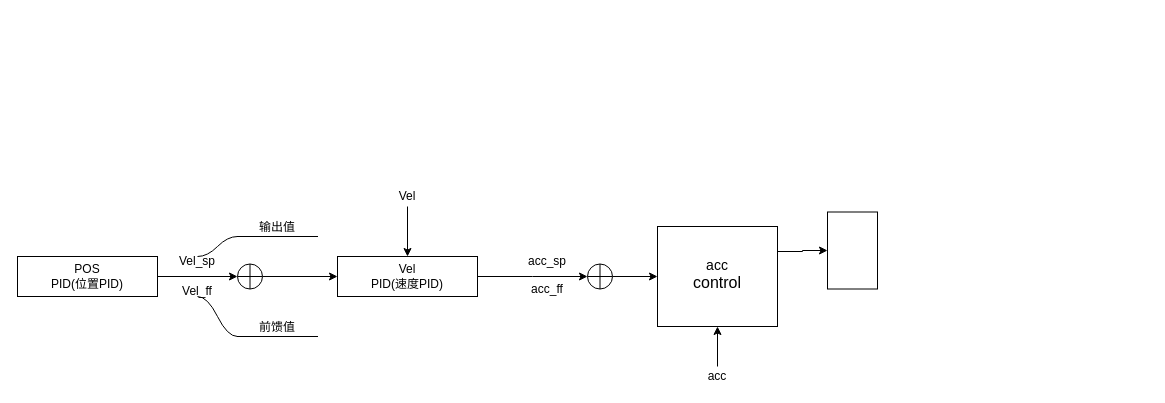
This is 1.drawio from mth-del/MATLAB, a draw.io file, before an edit. Source tidied: cells renumbered, new cells numbered last; positions are measured from the earlier drawing's top-left corner, leaving out a move shared by most shapes. Both pictures are drawn from the tidied source at 100%, with x=0, y=0 at pixel (17, 186).
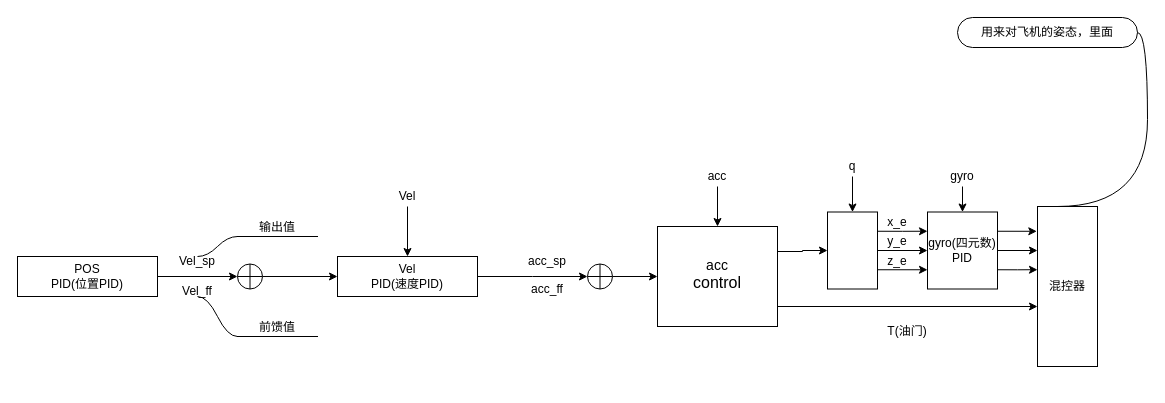
The same page after the edit.

The change refers to these unchanged cells:
```xml
<mxCell id="21" style="rounded=0;whiteSpace=wrap;html=1;" parent="1" vertex="1">
  <mxGeometry x="640" y="40" width="120" height="100" as="geometry" />
</mxCell>
<mxCell id="25" style="rounded=0;whiteSpace=wrap;html=1;" parent="1" vertex="1">
  <mxGeometry x="810" y="25.5" width="50" height="77" as="geometry" />
</mxCell>
```

What changed in the source:
```diff
@@
-    <mxCell id="23" style="edgeStyle=orthogonalEdgeStyle;rounded=0;jettySize=auto;html=1;exitX=0.5;exitY=0;exitDx=0;exitDy=0;entryX=0.5;entryY=1;entryDx=0;entryDy=0;" parent="1" edge="1" source="24" target="21">
+    <mxCell id="23" style="edgeStyle=orthogonalEdgeStyle;rounded=0;jettySize=auto;html=1;exitX=0.5;exitY=1;exitDx=0;exitDy=0;entryX=0.5;entryY=0;entryDx=0;entryDy=0;" parent="1" edge="1" source="24" target="21">
       <mxGeometry relative="1" as="geometry" />
     </mxCell>
     <mxCell id="24" value="acc" style="text;strokeColor=none;align=center;fillColor=none;html=1;verticalAlign=middle;whiteSpace=wrap;rounded=0;" parent="1" vertex="1">
-      <mxGeometry x="680" y="180" width="40" height="20" as="geometry" />
+      <mxGeometry x="680" y="-20" width="40" height="20" as="geometry" />
     </mxCell>
+    <mxCell id="26" style="edgeStyle=orthogonalEdgeStyle;rounded=0;jettySize=auto;html=1;exitX=1;exitY=0.25;exitDx=0;exitDy=0;entryX=0;entryY=0.25;entryDx=0;entryDy=0;" parent="1" edge="1" source="25" target="31">
+      <mxGeometry relative="1" as="geometry" />
+    </mxCell>
+    <mxCell id="27" style="edgeStyle=orthogonalEdgeStyle;rounded=0;jettySize=auto;html=1;exitX=1;exitY=0.5;exitDx=0;exitDy=0;entryX=0;entryY=0.5;entryDx=0;entryDy=0;" parent="1" edge="1" source="25" target="31">
+      <mxGeometry relative="1" as="geometry" />
+    </mxCell>
+    <mxCell id="28" style="edgeStyle=orthogonalEdgeStyle;rounded=0;jettySize=auto;html=1;exitX=1;exitY=0.75;exitDx=0;exitDy=0;entryX=0;entryY=0.75;entryDx=0;entryDy=0;" parent="1" edge="1" source="25" target="31">
+      <mxGeometry relative="1" as="geometry" />
+    </mxCell>
@@
+    <mxCell id="29" style="edgeStyle=orthogonalEdgeStyle;rounded=0;jettySize=auto;html=1;exitX=0.5;exitY=1;exitDx=0;exitDy=0;entryX=0.5;entryY=0;entryDx=0;entryDy=0;" parent="1" edge="1" source="30" target="25">
+      <mxGeometry relative="1" as="geometry" />
+    </mxCell>
+    <mxCell id="30" value="q" style="text;strokeColor=none;align=center;fillColor=none;html=1;verticalAlign=middle;whiteSpace=wrap;rounded=0;" parent="1" vertex="1">
+      <mxGeometry x="825" y="-30" width="20" height="20" as="geometry" />
+    </mxCell>
+    <mxCell id="31" value="gyro(四元数)&lt;div&gt;PID&lt;/div&gt;" style="rounded=0;whiteSpace=wrap;html=1;" parent="1" vertex="1">
+      <mxGeometry x="910" y="25.5" width="70" height="77" as="geometry" />
+    </mxCell>
+    <mxCell id="32" value="x_e" style="text;strokeColor=none;align=center;fillColor=none;html=1;verticalAlign=middle;whiteSpace=wrap;rounded=0;" parent="1" vertex="1">
+      <mxGeometry x="870" y="25.5" width="20" height="20" as="geometry" />
+    </mxCell>
+    <mxCell id="33" value="y_e" style="text;strokeColor=none;align=center;fillColor=none;html=1;verticalAlign=middle;whiteSpace=wrap;rounded=0;" parent="1" vertex="1">
+      <mxGeometry x="870" y="45" width="20" height="20" as="geometry" />
+    </mxCell>
+    <mxCell id="34" value="z_e" style="text;strokeColor=none;align=center;fillColor=none;html=1;verticalAlign=middle;whiteSpace=wrap;rounded=0;" parent="1" vertex="1">
+      <mxGeometry x="870" y="65" width="20" height="20" as="geometry" />
+    </mxCell>
+    <mxCell id="35" style="edgeStyle=orthogonalEdgeStyle;rounded=0;jettySize=auto;html=1;exitX=0.5;exitY=1;exitDx=0;exitDy=0;entryX=0.5;entryY=0;entryDx=0;entryDy=0;" parent="1" edge="1" source="36" target="31">
+      <mxGeometry relative="1" as="geometry" />
+    </mxCell>
+    <mxCell id="36" value="gyro" style="text;strokeColor=none;align=center;fillColor=none;html=1;verticalAlign=middle;whiteSpace=wrap;rounded=0;" parent="1" vertex="1">
+      <mxGeometry x="930" y="-20" width="30" height="20" as="geometry" />
+    </mxCell>
+    <mxCell id="37" value="混控器" style="rounded=0;whiteSpace=wrap;html=1;" parent="1" vertex="1">
+      <mxGeometry x="1020" y="20" width="60" height="160" as="geometry" />
+    </mxCell>
+    <mxCell id="38" style="edgeStyle=orthogonalEdgeStyle;rounded=0;jettySize=auto;html=1;exitX=1;exitY=0.25;exitDx=0;exitDy=0;entryX=-0.012;entryY=0.161;entryDx=0;entryDy=0;entryPerimeter=0;" parent="1" edge="1" source="31" target="37">
+      <mxGeometry relative="1" as="geometry" />
+    </mxCell>
+    <mxCell id="39" style="edgeStyle=orthogonalEdgeStyle;rounded=0;jettySize=auto;html=1;exitX=1;exitY=0.5;exitDx=0;exitDy=0;entryX=0;entryY=0.275;entryDx=0;entryDy=0;entryPerimeter=0;" parent="1" edge="1" source="31" target="37">
+      <mxGeometry relative="1" as="geometry" />
+    </mxCell>
+    <mxCell id="40" style="edgeStyle=orthogonalEdgeStyle;rounded=0;jettySize=auto;html=1;exitX=1;exitY=0.75;exitDx=0;exitDy=0;entryX=0;entryY=0.395;entryDx=0;entryDy=0;entryPerimeter=0;" parent="1" edge="1" source="31" target="37">
+      <mxGeometry relative="1" as="geometry" />
+    </mxCell>
+    <mxCell id="41" style="edgeStyle=orthogonalEdgeStyle;rounded=0;jettySize=auto;html=1;exitX=1;exitY=0.75;exitDx=0;exitDy=0;entryX=0;entryY=0.625;entryDx=0;entryDy=0;entryPerimeter=0;" parent="1" edge="1" source="21" target="37">
+      <mxGeometry relative="1" as="geometry">
+        <Array as="points">
+          <mxPoint x="760" y="120" />
+        </Array>
+      </mxGeometry>
+    </mxCell>
+    <mxCell id="42" value="用来对飞机的姿态，里面" style="whiteSpace=wrap;html=1;rounded=1;arcSize=50;align=center;verticalAlign=middle;strokeWidth=1;spacing=4;newEdgeStyle={&quot;edgeStyle&quot;:&quot;entityRelationEdgeStyle&quot;,&quot;startArrow&quot;:&quot;none&quot;,&quot;endArrow&quot;:&quot;none&quot;,&quot;segment&quot;:10,&quot;curved&quot;:1,&quot;sourcePerimeterSpacing&quot;:0,&quot;targetPerimeterSpacing&quot;:0};" parent="1" vertex="1">
+      <mxGeometry x="940" y="-169" width="180" height="30" as="geometry" />
+    </mxCell>
+    <mxCell id="43" style="edgeStyle=entityRelationEdgeStyle;startArrow=none;endArrow=none;segment=10;curved=1;sourcePerimeterSpacing=0;targetPerimeterSpacing=0;rounded=0;" parent="1" edge="1" target="42">
+      <mxGeometry relative="1" as="geometry">
+        <mxPoint x="1040" y="20" as="sourcePoint" />
+      </mxGeometry>
+    </mxCell>
+    <mxCell id="44" value="T(油门)" style="text;strokeColor=none;align=center;fillColor=none;html=1;verticalAlign=middle;whiteSpace=wrap;rounded=0;" parent="1" vertex="1">
+      <mxGeometry x="860" y="130" width="60" height="30" as="geometry" />
+    </mxCell>
```
